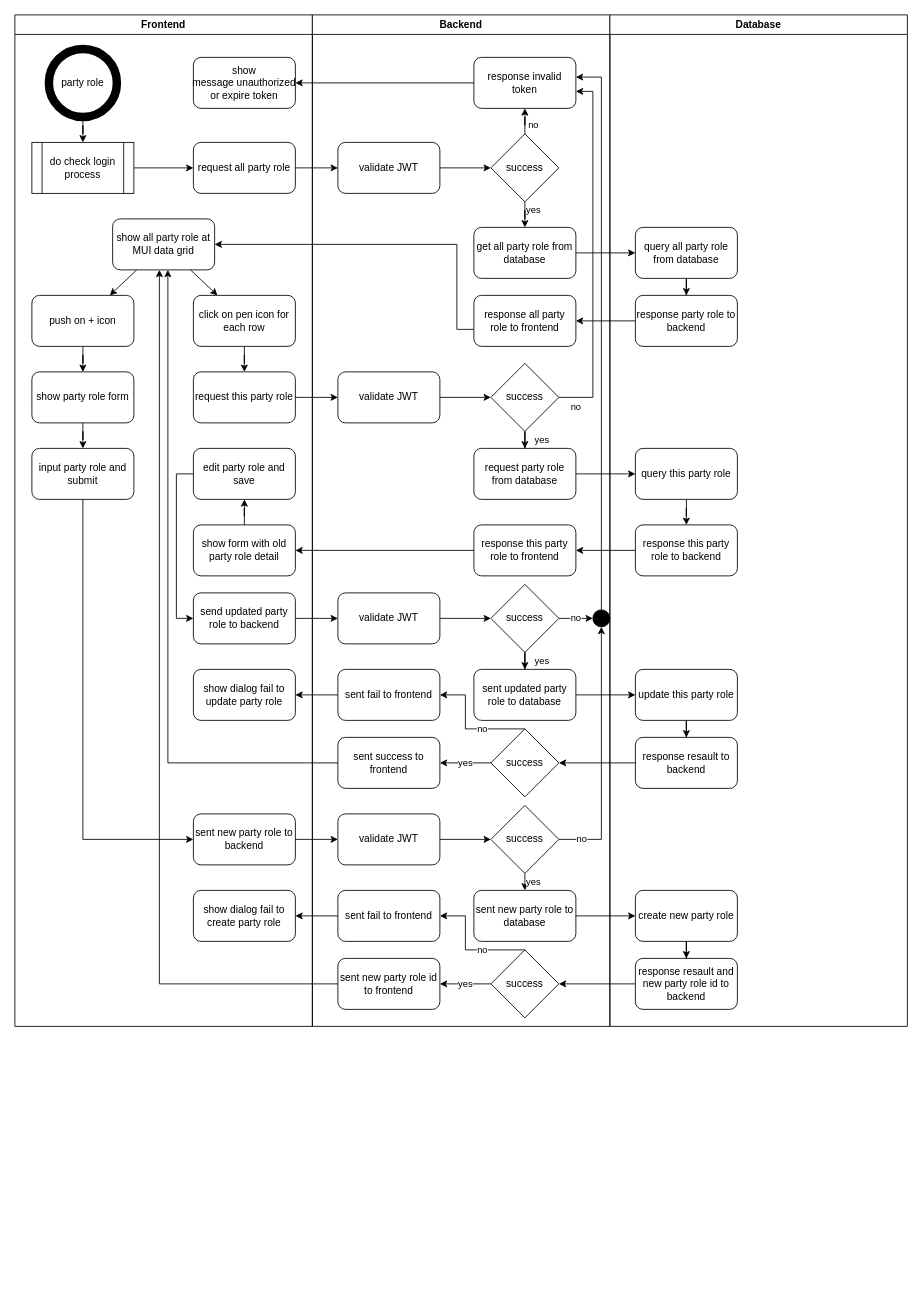
Earlier version of the draw.io diagram page "crud party role" (10 of 33) of docs/artifact/ActivityDiagram/activity_diagram.drawio (ssszZ-TH/party_fullstack_docker3). Source tidied: cells renumbered, new cells numbered last; positions are measured from the earlier drawing's top-left corner, leaving out a move shared by most shapes. Both pictures are drawn from the tidied source at 85%, with x=0, y=0 at pixel (14, 14).
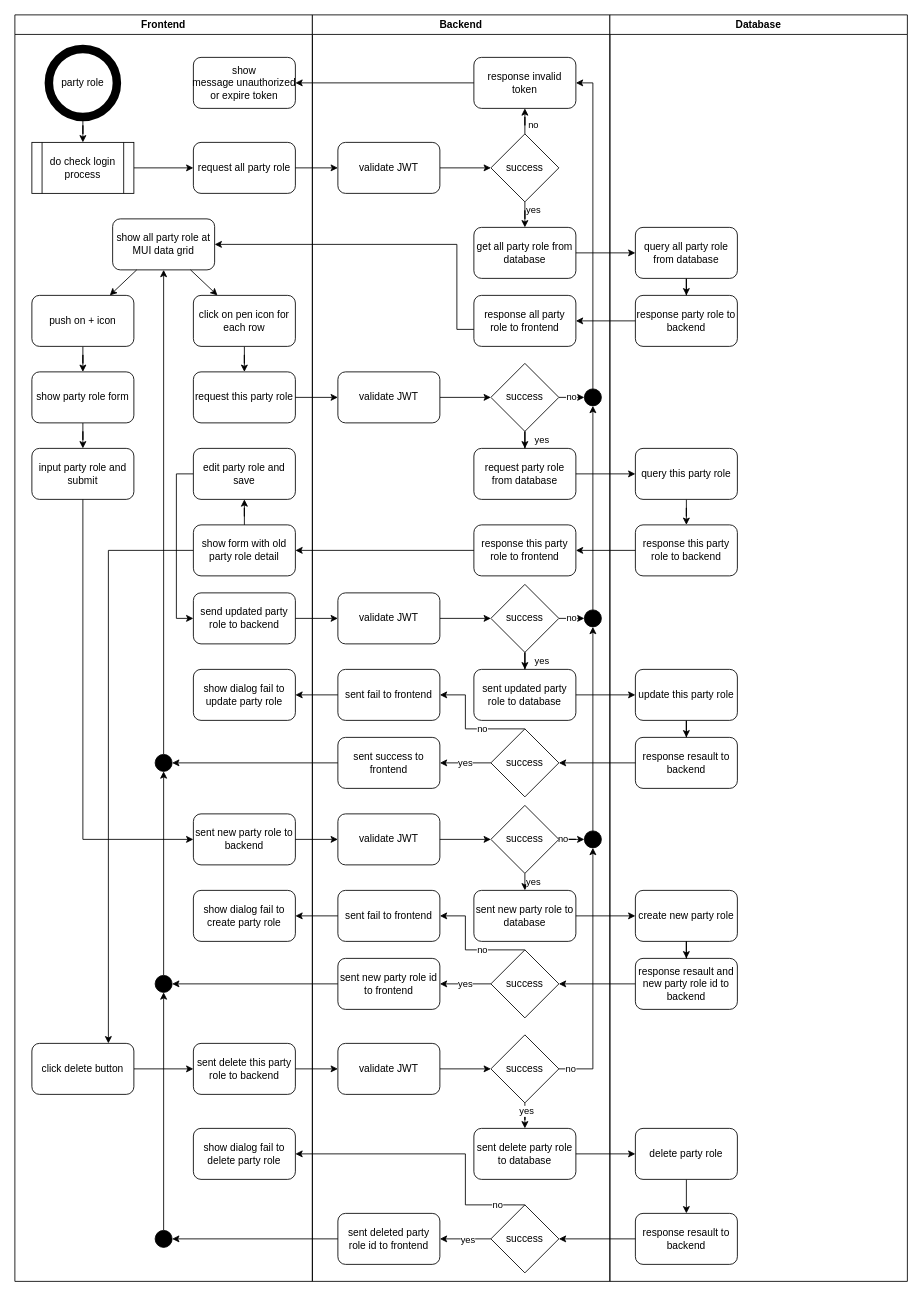
Above is the later version.

Commit message (it also covers changes not shown here):
docs in all crud page i forget to add deleted action so i add it to party role i will use it as a template to change another

Unchanged cells that the change refers to:
```xml
<mxCell id="9" value="&lt;p style=&quot;white-space-collapse: preserve;&quot; dir=&quot;auto&quot;&gt;show all party role at  MUI data grid&lt;/p&gt;" style="rounded=1;whiteSpace=wrap;html=1;" parent="2" vertex="1">
  <mxGeometry x="115" y="240" width="120" height="60" as="geometry" />
</mxCell>
<mxCell id="20" value="show form with old party role detail" style="rounded=1;whiteSpace=wrap;html=1;" parent="2" vertex="1">
  <mxGeometry x="210" y="600" width="120" height="60" as="geometry" />
</mxCell>
<mxCell id="35" value="response invalid token" style="rounded=1;whiteSpace=wrap;html=1;" parent="29" vertex="1">
  <mxGeometry x="190" y="50" width="120" height="60" as="geometry" />
</mxCell>
<mxCell id="43" value="success" style="rhombus;whiteSpace=wrap;html=1;" parent="29" vertex="1">
  <mxGeometry x="210" y="410" width="80" height="80" as="geometry" />
</mxCell>
<mxCell id="53" value="success" style="rhombus;whiteSpace=wrap;html=1;" parent="29" vertex="1">
  <mxGeometry x="210" y="930" width="80" height="80" as="geometry" />
</mxCell>
<mxCell id="62" value="sent success to frontend" style="rounded=1;whiteSpace=wrap;html=1;" parent="29" vertex="1">
  <mxGeometry x="30" y="850" width="120" height="60" as="geometry" />
</mxCell>
<mxCell id="71" value="sent new party role id to frontend" style="rounded=1;whiteSpace=wrap;html=1;" parent="29" vertex="1">
  <mxGeometry x="30" y="1110" width="120" height="60" as="geometry" />
</mxCell>
```

The edit, as a diff of the source:
```diff
@@
     <mxCell id="2" value="Frontend" style="swimlane;whiteSpace=wrap;html=1;" parent="1" vertex="1">
-      <mxGeometry width="350" height="1190" as="geometry" />
+      <mxGeometry width="350" height="1490" as="geometry" />
     </mxCell>
@@
+    <mxCell id="102" style="edgeStyle=orthogonalEdgeStyle;rounded=0;jettySize=auto;html=1;entryX=0.75;entryY=0;entryDx=0;entryDy=0;" parent="2" edge="1" source="20" target="105">
+      <mxGeometry relative="1" as="geometry" />
+    </mxCell>
@@
+    <mxCell id="103" value="sent delete this party role to backend" style="rounded=1;whiteSpace=wrap;html=1;" parent="2" vertex="1">
+      <mxGeometry x="210" y="1210" width="120" height="60" as="geometry" />
+    </mxCell>
+    <mxCell id="104" style="edgeStyle=orthogonalEdgeStyle;rounded=0;jettySize=auto;html=1;" parent="2" edge="1" source="105" target="103">
+      <mxGeometry relative="1" as="geometry" />
+    </mxCell>
+    <mxCell id="105" value="click delete button" style="rounded=1;whiteSpace=wrap;html=1;" parent="2" vertex="1">
+      <mxGeometry x="20" y="1210" width="120" height="60" as="geometry" />
+    </mxCell>
+    <mxCell id="106" value="show dialog fail to delete party role" style="rounded=1;whiteSpace=wrap;html=1;" parent="2" vertex="1">
+      <mxGeometry x="210" y="1310" width="120" height="60" as="geometry" />
+    </mxCell>
+    <mxCell id="107" style="edgeStyle=orthogonalEdgeStyle;rounded=0;jettySize=auto;html=1;" parent="2" edge="1" source="108" target="9">
+      <mxGeometry relative="1" as="geometry" />
+    </mxCell>
+    <mxCell id="108" style="ellipse;whiteSpace=wrap;html=1;fillColor=#000000;" parent="2" vertex="1">
+      <mxGeometry x="165" y="870" width="20" height="20" as="geometry" />
+    </mxCell>
+    <mxCell id="109" style="edgeStyle=orthogonalEdgeStyle;rounded=0;jettySize=auto;html=1;" parent="2" edge="1" source="110" target="108">
+      <mxGeometry relative="1" as="geometry" />
+    </mxCell>
+    <mxCell id="110" style="ellipse;whiteSpace=wrap;html=1;fillColor=#000000;" parent="2" vertex="1">
+      <mxGeometry x="165" y="1130" width="20" height="20" as="geometry" />
+    </mxCell>
+    <mxCell id="111" style="edgeStyle=orthogonalEdgeStyle;rounded=0;jettySize=auto;html=1;" parent="2" edge="1" source="112" target="110">
+      <mxGeometry relative="1" as="geometry" />
+    </mxCell>
+    <mxCell id="112" style="ellipse;whiteSpace=wrap;html=1;fillColor=#000000;" parent="2" vertex="1">
+      <mxGeometry x="165" y="1430" width="20" height="20" as="geometry" />
+    </mxCell>
     <mxCell id="29" value="Backend" style="swimlane;whiteSpace=wrap;html=1;" parent="1" vertex="1">
-      <mxGeometry x="350" width="350" height="1190" as="geometry" />
+      <mxGeometry x="350" width="350" height="1490" as="geometry" />
     </mxCell>
@@
-    <mxCell id="40" style="edgeStyle=orthogonalEdgeStyle;rounded=0;jettySize=auto;html=1;" parent="29" edge="1" source="43" target="35">
-      <mxGeometry relative="1" as="geometry">
-        <Array as="points">
-          <mxPoint x="330" y="450" />
-          <mxPoint x="330" y="90" />
-        </Array>
-      </mxGeometry>
-    </mxCell>
-    <mxCell id="41" value="no" style="edgeLabel;html=1;align=center;verticalAlign=middle;" parent="40" vertex="1">
-      <mxGeometry x="-0.88" y="-3" relative="1" as="geometry">
-        <mxPoint x="-6" y="7" as="offset" />
-      </mxGeometry>
-    </mxCell>
@@
+    <mxCell id="113" value="no" style="edgeStyle=orthogonalEdgeStyle;rounded=0;jettySize=auto;html=1;" parent="29" edge="1" source="43" target="125">
+      <mxGeometry relative="1" as="geometry" />
+    </mxCell>
@@
-    <mxCell id="52" value="no" style="edgeStyle=orthogonalEdgeStyle;rounded=0;jettySize=auto;html=1;" parent="29" edge="1" source="53" target="56">
+    <mxCell id="52" value="no" style="edgeStyle=orthogonalEdgeStyle;rounded=0;jettySize=auto;html=1;" parent="29" edge="1" source="53" target="123">
       <mxGeometry x="-0.82" relative="1" as="geometry" />
     </mxCell>
@@
-    <mxCell id="55" style="edgeStyle=orthogonalEdgeStyle;rounded=0;jettySize=auto;html=1;entryX=1;entryY=0.387;entryDx=0;entryDy=0;entryPerimeter=0;" parent="29" edge="1" source="56" target="35">
-      <mxGeometry relative="1" as="geometry">
-        <Array as="points">
-          <mxPoint x="340" y="73" />
-        </Array>
-      </mxGeometry>
-    </mxCell>
+    <mxCell id="114" style="edgeStyle=orthogonalEdgeStyle;rounded=0;jettySize=auto;html=1;entryX=0.5;entryY=1;entryDx=0;entryDy=0;" parent="29" edge="1" source="56" target="125">
+      <mxGeometry relative="1" as="geometry" />
+    </mxCell>
     <mxCell id="56" style="ellipse;whiteSpace=wrap;html=1;fillColor=#000000;" parent="29" vertex="1">
-      <mxGeometry x="330" y="700" width="20" height="20" as="geometry" />
+      <mxGeometry x="320" y="700" width="20" height="20" as="geometry" />
     </mxCell>
@@
+    <mxCell id="115" style="edgeStyle=orthogonalEdgeStyle;rounded=0;jettySize=auto;html=1;" parent="29" edge="1" source="116" target="121">
+      <mxGeometry relative="1" as="geometry" />
+    </mxCell>
+    <mxCell id="116" value="validate JWT" style="rounded=1;whiteSpace=wrap;html=1;" parent="29" vertex="1">
+      <mxGeometry x="30" y="1210" width="120" height="60" as="geometry" />
+    </mxCell>
+    <mxCell id="117" style="edgeStyle=orthogonalEdgeStyle;rounded=0;jettySize=auto;html=1;" parent="29" edge="1" source="121" target="123">
+      <mxGeometry relative="1" as="geometry" />
+    </mxCell>
+    <mxCell id="118" value="no" style="edgeLabel;html=1;align=center;verticalAlign=middle;" parent="117" vertex="1">
+      <mxGeometry x="-0.91" y="1" relative="1" as="geometry" />
+    </mxCell>
+    <mxCell id="119" style="edgeStyle=orthogonalEdgeStyle;rounded=0;jettySize=auto;html=1;" parent="29" edge="1" source="121" target="129">
+      <mxGeometry relative="1" as="geometry" />
+    </mxCell>
+    <mxCell id="120" value="yes" style="edgeLabel;html=1;align=center;verticalAlign=middle;" parent="119" vertex="1">
+      <mxGeometry x="-0.66" y="1" relative="1" as="geometry" />
+    </mxCell>
+    <mxCell id="121" value="success" style="rhombus;whiteSpace=wrap;html=1;" parent="29" vertex="1">
+      <mxGeometry x="210" y="1200" width="80" height="80" as="geometry" />
+    </mxCell>
+    <mxCell id="122" style="edgeStyle=orthogonalEdgeStyle;rounded=0;jettySize=auto;html=1;entryX=0.5;entryY=1;entryDx=0;entryDy=0;" parent="29" edge="1" source="123" target="56">
+      <mxGeometry relative="1" as="geometry" />
+    </mxCell>
+    <mxCell id="123" style="ellipse;whiteSpace=wrap;html=1;fillColor=#000000;" parent="29" vertex="1">
+      <mxGeometry x="320" y="960" width="20" height="20" as="geometry" />
+    </mxCell>
+    <mxCell id="124" style="edgeStyle=orthogonalEdgeStyle;rounded=0;jettySize=auto;html=1;" parent="29" edge="1" source="125" target="35">
+      <mxGeometry relative="1" as="geometry">
+        <Array as="points">
+          <mxPoint x="330" y="80" />
+        </Array>
+      </mxGeometry>
+    </mxCell>
+    <mxCell id="125" style="ellipse;whiteSpace=wrap;html=1;fillColor=#000000;" parent="29" vertex="1">
+      <mxGeometry x="320" y="440" width="20" height="20" as="geometry" />
+    </mxCell>
+    <mxCell id="126" style="edgeStyle=orthogonalEdgeStyle;rounded=0;jettySize=auto;html=1;" parent="29" edge="1" source="128" target="130">
+      <mxGeometry relative="1" as="geometry" />
+    </mxCell>
+    <mxCell id="127" value="yes" style="edgeLabel;html=1;align=center;verticalAlign=middle;" parent="126" vertex="1">
+      <mxGeometry x="-0.08" relative="1" as="geometry" />
+    </mxCell>
+    <mxCell id="128" value="success" style="rhombus;whiteSpace=wrap;html=1;" parent="29" vertex="1">
+      <mxGeometry x="210" y="1400" width="80" height="80" as="geometry" />
+    </mxCell>
+    <mxCell id="129" value="sent delete party role to database" style="rounded=1;whiteSpace=wrap;html=1;" parent="29" vertex="1">
+      <mxGeometry x="190" y="1310" width="120" height="60" as="geometry" />
+    </mxCell>
+    <mxCell id="130" value="sent deleted party role id to frontend" style="rounded=1;whiteSpace=wrap;html=1;" parent="29" vertex="1">
+      <mxGeometry x="30" y="1410" width="120" height="60" as="geometry" />
+    </mxCell>
     <mxCell id="72" value="Database" style="swimlane;whiteSpace=wrap;html=1;startSize=23;" parent="1" vertex="1">
-      <mxGeometry x="700" width="350" height="1190" as="geometry" />
+      <mxGeometry x="700" width="350" height="1490" as="geometry" />
     </mxCell>
@@
+    <mxCell id="131" style="edgeStyle=orthogonalEdgeStyle;rounded=0;jettySize=auto;html=1;" parent="72" edge="1" source="132" target="133">
+      <mxGeometry relative="1" as="geometry" />
+    </mxCell>
+    <mxCell id="132" value="delete party role" style="rounded=1;whiteSpace=wrap;html=1;" parent="72" vertex="1">
+      <mxGeometry x="30" y="1310" width="120" height="60" as="geometry" />
+    </mxCell>
+    <mxCell id="133" value="response resault to backend" style="rounded=1;whiteSpace=wrap;html=1;" parent="72" vertex="1">
+      <mxGeometry x="30" y="1410" width="120" height="60" as="geometry" />
+    </mxCell>
@@
-    <mxCell id="96" style="edgeStyle=orthogonalEdgeStyle;rounded=0;jettySize=auto;html=1;" parent="1" edge="1" source="62" target="9">
-      <mxGeometry relative="1" as="geometry">
-        <Array as="points">
-          <mxPoint x="180" y="880" />
-        </Array>
-      </mxGeometry>
-    </mxCell>
@@
-    <mxCell id="101" style="edgeStyle=orthogonalEdgeStyle;rounded=0;jettySize=auto;html=1;" parent="1" edge="1" source="71" target="9">
-      <mxGeometry relative="1" as="geometry">
-        <Array as="points">
-          <mxPoint x="170" y="1140" />
-        </Array>
-      </mxGeometry>
-    </mxCell>
+    <mxCell id="134" style="edgeStyle=orthogonalEdgeStyle;rounded=0;jettySize=auto;html=1;" parent="1" edge="1" source="103" target="116">
+      <mxGeometry relative="1" as="geometry" />
+    </mxCell>
+    <mxCell id="135" style="edgeStyle=orthogonalEdgeStyle;rounded=0;jettySize=auto;html=1;" parent="1" edge="1" source="129" target="132">
+      <mxGeometry relative="1" as="geometry" />
+    </mxCell>
+    <mxCell id="136" style="edgeStyle=orthogonalEdgeStyle;rounded=0;jettySize=auto;html=1;" parent="1" edge="1" source="133" target="128">
+      <mxGeometry relative="1" as="geometry" />
+    </mxCell>
+    <mxCell id="137" style="edgeStyle=orthogonalEdgeStyle;rounded=0;jettySize=auto;html=1;entryX=1;entryY=0.5;entryDx=0;entryDy=0;" parent="1" edge="1" source="128" target="106">
+      <mxGeometry relative="1" as="geometry">
+        <Array as="points">
+          <mxPoint x="530" y="1400" />
+          <mxPoint x="530" y="1340" />
+        </Array>
+      </mxGeometry>
+    </mxCell>
+    <mxCell id="138" value="no" style="edgeLabel;html=1;align=center;verticalAlign=middle;" parent="137" vertex="1">
+      <mxGeometry x="-0.8" y="-1" relative="1" as="geometry" />
+    </mxCell>
+    <mxCell id="139" style="edgeStyle=orthogonalEdgeStyle;rounded=0;jettySize=auto;html=1;" parent="1" edge="1" source="62" target="108">
+      <mxGeometry relative="1" as="geometry" />
+    </mxCell>
+    <mxCell id="140" style="edgeStyle=orthogonalEdgeStyle;rounded=0;jettySize=auto;html=1;" parent="1" edge="1" source="71" target="110">
+      <mxGeometry relative="1" as="geometry" />
+    </mxCell>
+    <mxCell id="141" style="edgeStyle=orthogonalEdgeStyle;rounded=0;jettySize=auto;html=1;" parent="1" edge="1" source="130" target="112">
+      <mxGeometry relative="1" as="geometry" />
+    </mxCell>
```
